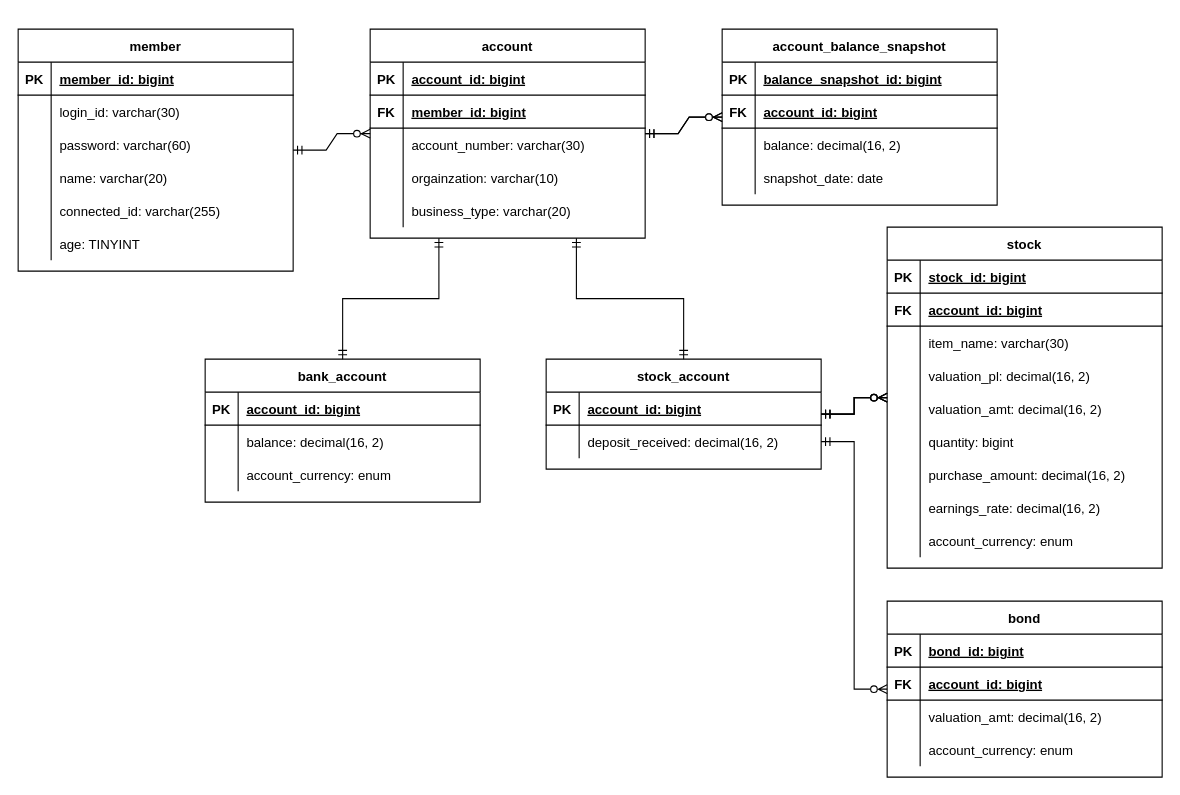
Above: ER다이어그램(자산관리앱).drawio in GunwooJo/AssetManagement (draw.io), before the change. Source tidied: cells renumbered, new cells numbered last; positions are measured from the earlier drawing's top-left corner, leaving out a move shared by most shapes. Both pictures are drawn from the tidied source at 110%, with x=0, y=0 at pixel (18, 29).
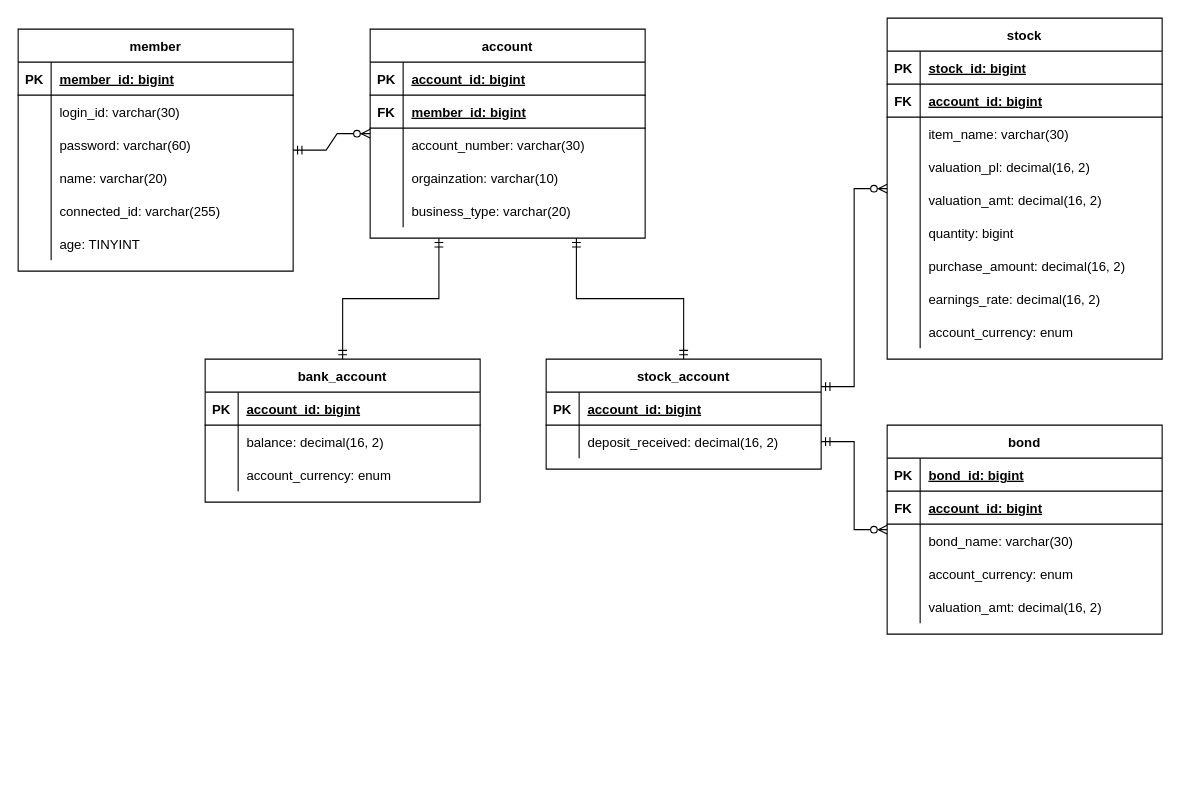
The same page after the edit.

The change refers to these unchanged cells:
```xml
<mxCell id="21" value="account" style="shape=table;startSize=30;childLayout=tableLayout;rowLines=0;fontStyle=1;align=center;" parent="1" vertex="1">
  <mxGeometry x="320" width="250" height="190" as="geometry" />
</mxCell>
<mxCell id="64" value="stock_account" style="shape=table;startSize=30;childLayout=tableLayout;rowLines=0;fontStyle=1;align=center;" parent="1" vertex="1">
  <mxGeometry x="480" y="300" width="250" height="100" as="geometry" />
</mxCell>
<mxCell id="108" style="shape=partialRectangle;fillColor=none;top=0;left=0;right=0;bottom=0;" parent="101" vertex="1">
  <mxGeometry y="90" width="250" height="30" as="geometry" />
</mxCell>
```

Change to the diagram source:
```diff
@@
-    <mxCell id="37" style="edgeStyle=entityRelationEdgeStyle;fontSize=12;html=1;endArrow=ERzeroToMany;startArrow=ERmandOne;rounded=0;" parent="1" edge="1" source="21" target="38">
-      <mxGeometry relative="1" as="geometry" />
-    </mxCell>
-    <mxCell id="38" value="account_balance_snapshot" style="shape=table;startSize=30;childLayout=tableLayout;rowLines=0;fontStyle=1;align=center;" parent="1" vertex="1">
-      <mxGeometry x="640" width="250" height="160" as="geometry" />
-    </mxCell>
-    <mxCell id="39" style="shape=partialRectangle;fillColor=none;top=0;left=0;right=0;bottom=1;" parent="38" vertex="1">
-      <mxGeometry y="30" width="250" height="30" as="geometry" />
-    </mxCell>
-    <mxCell id="40" value="PK" style="shape=partialRectangle;overflow=hidden;fillColor=none;top=0;left=0;bottom=0;right=0;fontStyle=1;" parent="39" vertex="1">
-      <mxGeometry width="30" height="30" as="geometry" />
-    </mxCell>
-    <mxCell id="41" value="balance_snapshot_id: bigint" style="shape=partialRectangle;overflow=hidden;fillColor=none;top=0;left=0;bottom=0;right=0;align=left;spacingLeft=6;fontStyle=5;" parent="39" vertex="1">
-      <mxGeometry x="30" width="220" height="30" as="geometry" />
-    </mxCell>
-    <mxCell id="42" style="shape=partialRectangle;fillColor=none;top=0;left=0;right=0;bottom=1;" parent="38" vertex="1">
-      <mxGeometry y="60" width="250" height="30" as="geometry" />
-    </mxCell>
-    <mxCell id="43" value="FK" style="shape=partialRectangle;overflow=hidden;fillColor=none;top=0;left=0;bottom=0;right=0;fontStyle=1;" parent="42" vertex="1">
-      <mxGeometry width="30" height="30" as="geometry" />
-    </mxCell>
-    <mxCell id="44" value="account_id: bigint" style="shape=partialRectangle;overflow=hidden;fillColor=none;top=0;left=0;bottom=0;right=0;align=left;spacingLeft=6;fontStyle=5;" parent="42" vertex="1">
-      <mxGeometry x="30" width="220" height="30" as="geometry" />
-    </mxCell>
-    <mxCell id="45" style="shape=partialRectangle;fillColor=none;top=0;left=0;right=0;bottom=0;" parent="38" vertex="1">
-      <mxGeometry y="90" width="250" height="30" as="geometry" />
-    </mxCell>
-    <mxCell id="46" style="shape=partialRectangle;overflow=hidden;fillColor=none;top=0;left=0;bottom=0;right=0;" parent="45" vertex="1">
-      <mxGeometry width="30" height="30" as="geometry" />
-    </mxCell>
-    <mxCell id="47" value="balance: decimal(16, 2)" style="shape=partialRectangle;overflow=hidden;fillColor=none;top=0;left=0;bottom=0;right=0;align=left;spacingLeft=6;" parent="45" vertex="1">
-      <mxGeometry x="30" width="220" height="30" as="geometry" />
-    </mxCell>
-    <mxCell id="48" style="shape=partialRectangle;fillColor=none;top=0;left=0;right=0;bottom=0;" parent="38" vertex="1">
-      <mxGeometry y="120" width="250" height="30" as="geometry" />
-    </mxCell>
-    <mxCell id="49" style="shape=partialRectangle;overflow=hidden;fillColor=none;top=0;left=0;bottom=0;right=0;" parent="48" vertex="1">
-      <mxGeometry width="30" height="30" as="geometry" />
-    </mxCell>
-    <mxCell id="50" value="snapshot_date: date" style="shape=partialRectangle;overflow=hidden;fillColor=none;top=0;left=0;bottom=0;right=0;align=left;spacingLeft=6;" parent="48" vertex="1">
-      <mxGeometry x="30" width="220" height="30" as="geometry" />
-    </mxCell>
-    <mxCell id="51" style="edgeStyle=entityRelationEdgeStyle;fontSize=12;html=1;endArrow=ERzeroToMany;startArrow=ERmandOne;rounded=0;" parent="1" edge="1" source="21" target="38">
-      <mxGeometry relative="1" as="geometry">
-        <Array as="points">
-          <mxPoint x="520" y="370" />
-        </Array>
-      </mxGeometry>
-    </mxCell>
@@
     <mxCell id="72" value="stock" style="shape=table;startSize=30;childLayout=tableLayout;rowLines=0;fontStyle=1;align=center;" parent="1" vertex="1">
-      <mxGeometry x="790" y="180" width="250" height="310" as="geometry" />
+      <mxGeometry x="790" y="-10" width="250" height="310" as="geometry" />
     </mxCell>
@@
-    <mxCell id="100" style="fontSize=12;html=1;endArrow=ERzeroToMany;startArrow=ERmandOne;rounded=0;edgeStyle=entityRelationEdgeStyle;endFill=0;" parent="1" edge="1" source="64" target="72">
-      <mxGeometry relative="1" as="geometry" />
-    </mxCell>
     <mxCell id="101" value="bond" style="shape=table;startSize=30;childLayout=tableLayout;rowLines=0;fontStyle=1;align=center;" parent="1" vertex="1">
-      <mxGeometry x="790" y="520" width="250" height="160" as="geometry" />
+      <mxGeometry x="790" y="360" width="250" height="190" as="geometry" />
     </mxCell>
@@
-    <mxCell id="110" value="valuation_amt: decimal(16, 2)" style="shape=partialRectangle;overflow=hidden;fillColor=none;top=0;left=0;bottom=0;right=0;align=left;spacingLeft=6;" parent="108" vertex="1">
+    <mxCell id="110" value="bond_name: varchar(30)" style="shape=partialRectangle;overflow=hidden;fillColor=none;top=0;left=0;bottom=0;right=0;align=left;spacingLeft=6;" parent="108" vertex="1">
       <mxGeometry x="30" width="220" height="30" as="geometry" />
     </mxCell>
@@
+    <mxCell id="117" style="shape=partialRectangle;fillColor=none;top=0;left=0;right=0;bottom=0;" parent="101" vertex="1">
+      <mxGeometry y="150" width="250" height="30" as="geometry" />
+    </mxCell>
+    <mxCell id="118" style="shape=partialRectangle;overflow=hidden;fillColor=none;top=0;left=0;bottom=0;right=0;" parent="117" vertex="1">
+      <mxGeometry width="30" height="30" as="geometry" />
+    </mxCell>
+    <mxCell id="119" value="valuation_amt: decimal(16, 2)" style="shape=partialRectangle;overflow=hidden;fillColor=none;top=0;left=0;bottom=0;right=0;align=left;spacingLeft=6;" parent="117" vertex="1">
+      <mxGeometry x="30" width="220" height="30" as="geometry" />
+    </mxCell>
-    <mxCell id="114" style="fontSize=12;html=1;endArrow=ERzeroToMany;startArrow=ERmandOne;rounded=0;edgeStyle=entityRelationEdgeStyle;endFill=0;" parent="1" edge="1" source="64" target="72">
+    <mxCell id="114" style="fontSize=12;html=1;endArrow=ERzeroToMany;startArrow=ERmandOne;rounded=0;edgeStyle=entityRelationEdgeStyle;endFill=0;exitX=1;exitY=0.25;exitDx=0;exitDy=0;" parent="1" edge="1" source="64" target="72">
       <mxGeometry relative="1" as="geometry">
         <Array as="points">
-          <mxPoint x="360" y="460" />
+          <mxPoint x="260" y="325" />
         </Array>
       </mxGeometry>
     </mxCell>
-    <mxCell id="115" style="fontSize=12;html=1;endArrow=ERzeroToMany;startArrow=ERmandOne;rounded=0;edgeStyle=entityRelationEdgeStyle;endFill=0;" parent="1" edge="1" source="64" target="72">
-      <mxGeometry relative="1" as="geometry">
-        <Array as="points">
-          <mxPoint x="350" y="550" />
-          <mxPoint x="360" y="460" />
-        </Array>
-      </mxGeometry>
-    </mxCell>
```
